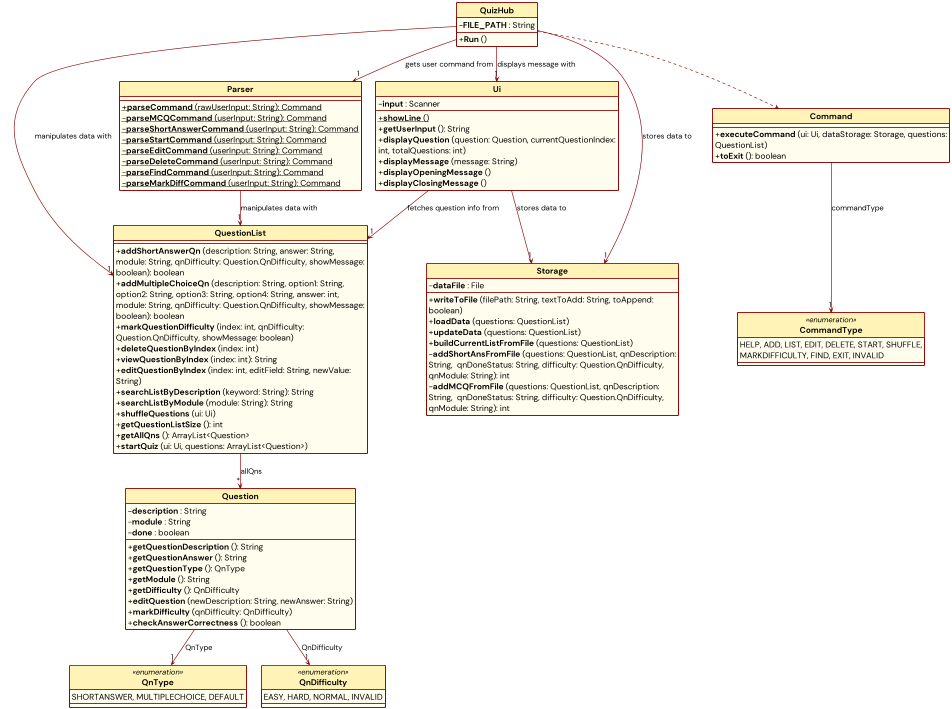
Earlier version of the PlantUML export docs/UML/Images/overallClassInteraction.png (nus-cs2113-AY2324S1/tp). Its diagram source:
```plantuml
@startuml
!include Style.puml

class QuizHub {
    - **FILE_PATH** : String
    + **Run** ()
}

class Parser {
    + {static} **parseCommand** (rawUserInput: String): Command
    - {static} **parseMCQCommand** (userInput: String): Command
    - {static} **parseShortAnswerCommand** (userInput: String): Command
    - {static} **parseStartCommand** (userInput: String): Command
    - {static} **parseEditCommand** (userInput: String): Command
    - {static} **parseDeleteCommand** (userInput: String): Command
    - {static} **parseFindCommand** (userInput: String): Command
    - {static} **parseMarkDiffCommand** (userInput: String): Command
}

class Ui {
    - **input** : Scanner
    + {static} **showLine** ()
    + **getUserInput** (): String
    + **displayQuestion** (question: Question, currentQuestionIndex: int, totalQuestions: int)
    + **displayMessage** (message: String)
    + **displayOpeningMessage** ()
    + **displayClosingMessage** ()
}

class Storage {
    - **dataFile** : File
    + **writeToFile** (filePath: String, textToAdd: String, toAppend: boolean)
    + **loadData** (questions: QuestionList)
    + **updateData** (questions: QuestionList)
    + **buildCurrentListFromFile** (questions: QuestionList)
    - **addShortAnsFromFile** (questions: QuestionList, qnDescription: String,  qnDoneStatus: String, difficulty: Question.QnDifficulty, qnModule: String): int
    - **addMCQFromFile** (questions: QuestionList, qnDescription: String,  qnDoneStatus: String, difficulty: Question.QnDifficulty, qnModule: String): int
}

class QuestionList {
    + **addShortAnswerQn** (description: String, answer: String, module: String, qnDifficulty: Question.QnDifficulty, showMessage: boolean): boolean
    + **addMultipleChoiceQn** (description: String, option1: String, option2: String, option3: String, option4: String, answer: int, module: String, qnDifficulty: Question.QnDifficulty, showMessage: boolean): boolean
    + **markQuestionDifficulty** (index: int, qnDifficulty: Question.QnDifficulty, showMessage: boolean)
    + **deleteQuestionByIndex** (index: int)
    + **viewQuestionByIndex** (index: int): String
    + **editQuestionByIndex** (index: int, editField: String, newValue: String)
    + **searchListByDescription** (keyword: String): String
    + **searchListByModule** (module: String): String
    + **shuffleQuestions** (ui: Ui)
    + **getQuestionListSize** (): int
    + **getAllQns** (): ArrayList<Question>
    + **startQuiz** (ui: Ui, questions: ArrayList<Question>)
}

class Question {
    - **description** : String
    - **module** : String
    - **done** : boolean
    + **getQuestionDescription** (): String
    + **getQuestionAnswer** (): String
    + **getQuestionType** (): QnType
    + **getModule** (): String
    + **getDifficulty** (): QnDifficulty
    + **editQuestion** (newDescription: String, newAnswer: String)
    + **markDifficulty** (qnDifficulty: QnDifficulty)
    + **checkAnswerCorrectness** (): boolean
}

class Command {
  + **executeCommand** (ui: Ui, dataStorage: Storage, questions: QuestionList)
  + **toExit** (): boolean
}

enum CommandType <<enumeration>> {
    HELP, ADD, LIST, EDIT, DELETE, START, SHUFFLE, MARKDIFFICULTY, FIND, EXIT, INVALID
}

enum QnType <<enumeration>> {
    SHORTANSWER, MULTIPLECHOICE, DEFAULT
}
enum QnDifficulty <<enumeration>>{
    EASY, HARD, NORMAL, INVALID
}

Question --> QnDifficulty: QnDifficulty "1"
Question --> QnType: QnType "1"

Command --> CommandType: commandType "1"


QuestionList --> Question: allQns "*"

QuizHub --> Parser: gets user command from "1"
QuizHub --> Ui: displays message with "1"
QuizHub --> Storage: stores data to "1"
QuizHub --> QuestionList: manipulates data with "1"
QuizHub -[dashed]-> Command

Ui --> QuestionList: fetches question info from "1"
Ui --> Storage: stores data to "1"

Parser --> QuestionList: manipulates data with "1"


@enduml
```
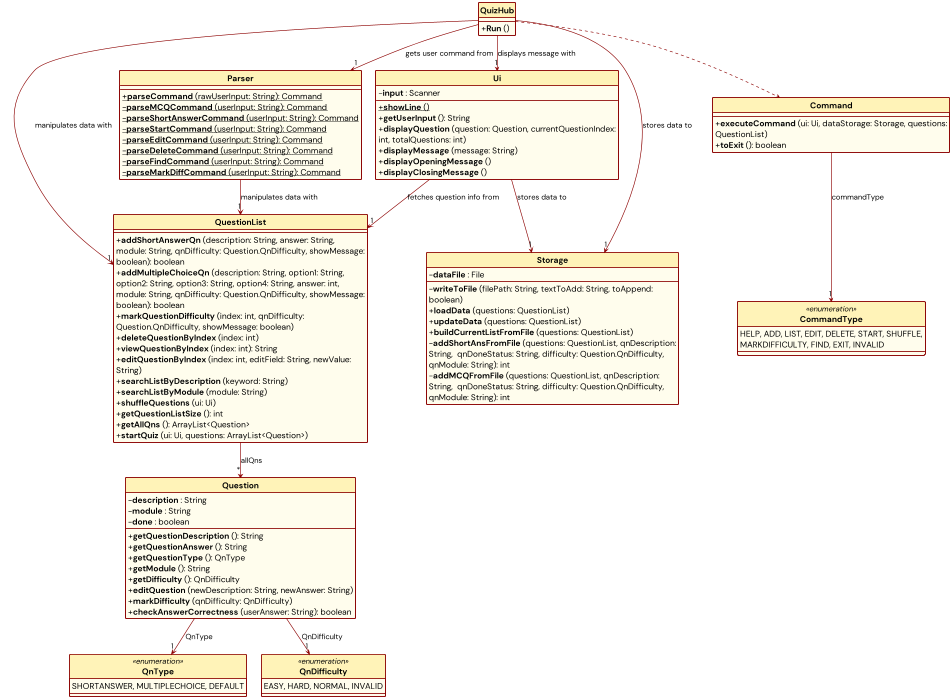
After the change.

Commit message:
Fixed diagram errors

Change to the diagram source:
```diff
@@ -2,7 +2,6 @@
 !include Style.puml
 
 class QuizHub {
-    - **FILE_PATH** : String
     + **Run** ()
 }
 
@@ -29,7 +28,7 @@
 
 class Storage {
     - **dataFile** : File
-    + **writeToFile** (filePath: String, textToAdd: String, toAppend: boolean)
+    - **writeToFile** (filePath: String, textToAdd: String, toAppend: boolean)
     + **loadData** (questions: QuestionList)
     + **updateData** (questions: QuestionList)
     + **buildCurrentListFromFile** (questions: QuestionList)
@@ -44,8 +43,8 @@
     + **deleteQuestionByIndex** (index: int)
     + **viewQuestionByIndex** (index: int): String
     + **editQuestionByIndex** (index: int, editField: String, newValue: String)
-    + **searchListByDescription** (keyword: String): String
-    + **searchListByModule** (module: String): String
+    + **searchListByDescription** (keyword: String)
+    + **searchListByModule** (module: String)
     + **shuffleQuestions** (ui: Ui)
     + **getQuestionListSize** (): int
     + **getAllQns** (): ArrayList<Question>
@@ -63,7 +62,7 @@
     + **getDifficulty** (): QnDifficulty
     + **editQuestion** (newDescription: String, newAnswer: String)
     + **markDifficulty** (qnDifficulty: QnDifficulty)
-    + **checkAnswerCorrectness** (): boolean
+    + **checkAnswerCorrectness** (userAnswer: String): boolean
 }
 
 class Command {
```
